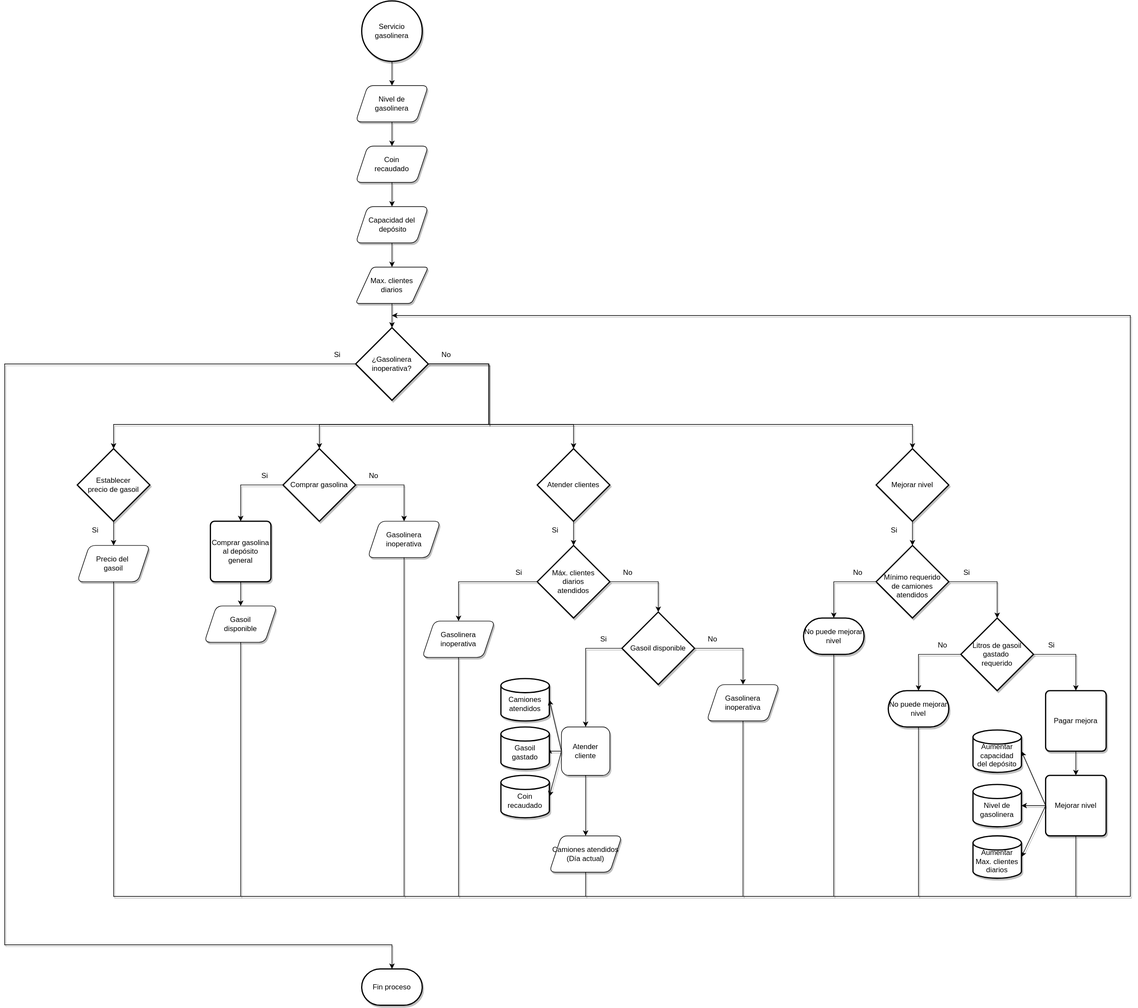
The draw.io diagram Gasolineras.svg in JuanLuisCorrea/Diagramas-de-flujo-para-servicios---WoT, before a commit. Source tidied: cells renumbered, new cells last; positions are measured from the earlier drawing's top-left corner, leaving out a move shared by most shapes.
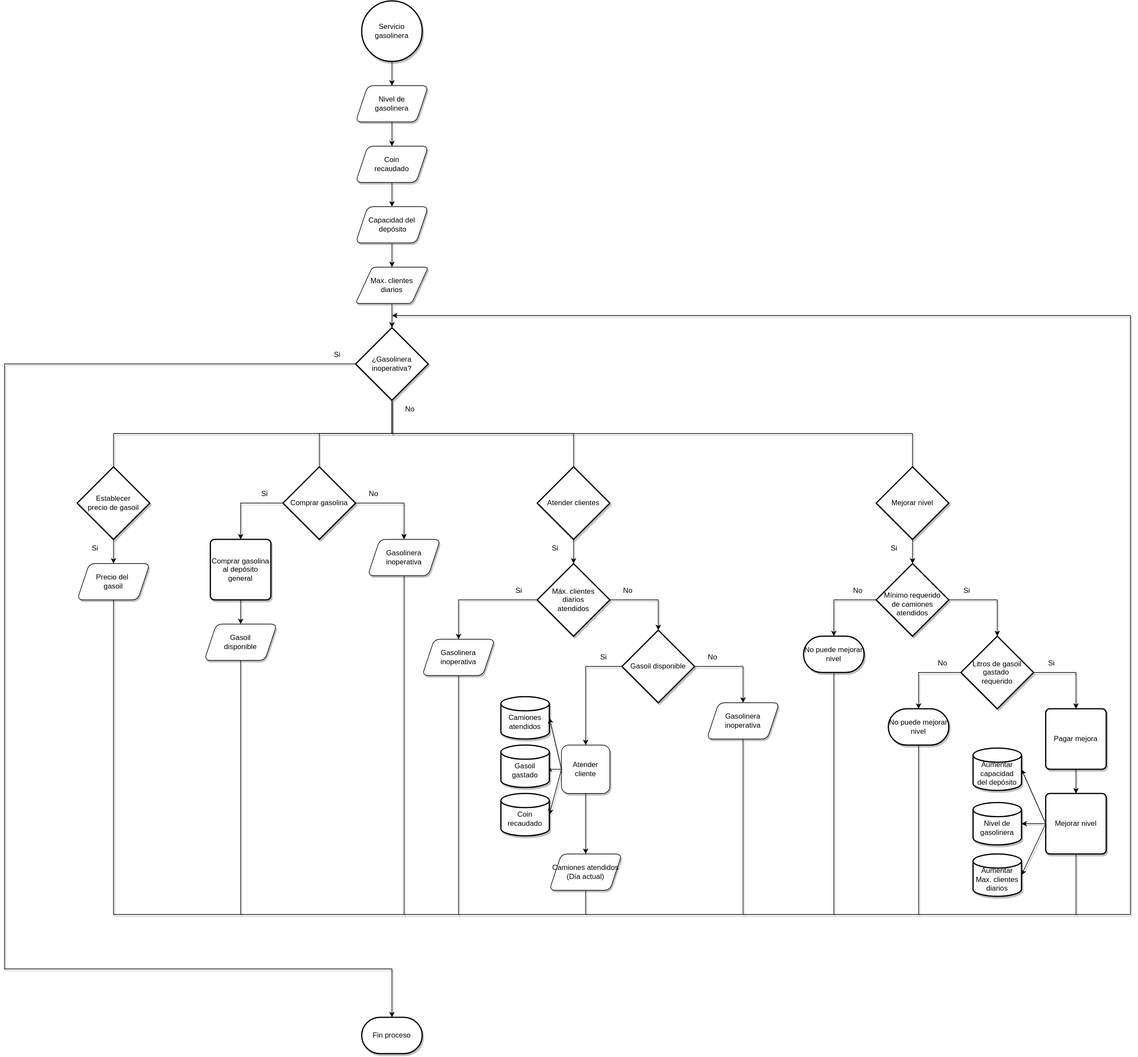
The same file after the commit.

Diff of the diagram source:
```diff
@@ -6,82 +6,58 @@
       <mxGeometry relative="1" as="geometry" />
     </mxCell>
     <mxCell id="3" value="Servicio gasolinera" style="strokeWidth=2;html=1;shape=mxgraph.flowchart.start_2;whiteSpace=wrap;shadow=1;" parent="1" vertex="1">
-      <mxGeometry x="590" width="100" height="100" as="geometry" />
+      <mxGeometry x="590" y="-30" width="100" height="100" as="geometry" />
     </mxCell>
     <mxCell id="4" style="edgeStyle=orthogonalEdgeStyle;rounded=0;jettySize=auto;html=1;shadow=1;" parent="1" edge="1" source="5" target="6">
       <mxGeometry relative="1" as="geometry" />
     </mxCell>
     <mxCell id="5" value="Coin &lt;br&gt;recaudado" style="shape=parallelogram;perimeter=parallelogramPerimeter;whiteSpace=wrap;html=1;fixedSize=1;rounded=1;direction=west;shadow=1;" parent="1" vertex="1">
-      <mxGeometry x="580" y="240" width="120" height="60" as="geometry" />
+      <mxGeometry x="580" y="210" width="120" height="60" as="geometry" />
     </mxCell>
     <mxCell id="6" value="Capacidad del&lt;br&gt;&amp;nbsp;depósito" style="shape=parallelogram;perimeter=parallelogramPerimeter;whiteSpace=wrap;html=1;fixedSize=1;rounded=1;shadow=1;" parent="1" vertex="1">
-      <mxGeometry x="580" y="340" width="120" height="60" as="geometry" />
+      <mxGeometry x="580" y="310" width="120" height="60" as="geometry" />
     </mxCell>
     <mxCell id="7" style="edgeStyle=orthogonalEdgeStyle;rounded=0;orthogonalLoop=1;jettySize=auto;html=1;shadow=1;" parent="1" edge="1">
       <mxGeometry relative="1" as="geometry">
-        <mxPoint x="640" y="400" as="sourcePoint" />
-        <mxPoint x="640" y="440" as="targetPoint" />
+        <mxPoint x="640" y="370" as="sourcePoint" />
+        <mxPoint x="640" y="410" as="targetPoint" />
       </mxGeometry>
     </mxCell>
     <mxCell id="8" style="edgeStyle=orthogonalEdgeStyle;rounded=0;jettySize=auto;html=1;shadow=1;" parent="1" edge="1" source="9" target="5">
       <mxGeometry relative="1" as="geometry" />
     </mxCell>
     <mxCell id="9" value="Nivel de &lt;br&gt;gasolinera" style="shape=parallelogram;perimeter=parallelogramPerimeter;whiteSpace=wrap;html=1;fixedSize=1;rounded=1;shadow=1;" parent="1" vertex="1">
-      <mxGeometry x="580" y="140" width="120" height="60" as="geometry" />
+      <mxGeometry x="580" y="110" width="120" height="60" as="geometry" />
     </mxCell>
     <mxCell id="10" style="edgeStyle=orthogonalEdgeStyle;rounded=0;jettySize=auto;html=1;shadow=1;" parent="1" edge="1" source="11" target="17">
       <mxGeometry relative="1" as="geometry" />
     </mxCell>
     <mxCell id="11" value="Max. clientes&lt;br&gt;diarios" style="shape=parallelogram;html=1;strokeWidth=1;perimeter=parallelogramPerimeter;whiteSpace=wrap;rounded=1;arcSize=12;size=0.23;shadow=1;sketch=0;" parent="1" vertex="1">
-      <mxGeometry x="580" y="440" width="120" height="60" as="geometry" />
+      <mxGeometry x="580" y="410" width="120" height="60" as="geometry" />
     </mxCell>
     <mxCell id="12" style="edgeStyle=orthogonalEdgeStyle;rounded=0;jettySize=auto;html=1;exitX=0;exitY=0.5;exitDx=0;exitDy=0;exitPerimeter=0;entryX=0.5;entryY=0;entryDx=0;entryDy=0;entryPerimeter=0;shadow=1;" parent="1" edge="1" source="17" target="75">
       <mxGeometry relative="1" as="geometry">
         <Array as="points">
-          <mxPoint y="600" />
-          <mxPoint y="1560" />
-          <mxPoint x="640" y="1560" />
+          <mxPoint y="570" />
+          <mxPoint y="1570" />
+          <mxPoint x="640" y="1570" />
         </Array>
       </mxGeometry>
     </mxCell>
-    <mxCell id="13" style="edgeStyle=orthogonalEdgeStyle;rounded=0;jettySize=auto;html=1;exitX=1;exitY=0.5;exitDx=0;exitDy=0;exitPerimeter=0;shadow=1;" parent="1" edge="1" source="17" target="19">
-      <mxGeometry relative="1" as="geometry">
-        <Array as="points">
-          <mxPoint x="800" y="600" />
-          <mxPoint x="800" y="700" />
-          <mxPoint x="180" y="700" />
-        </Array>
-      </mxGeometry>
+    <mxCell id="13" style="edgeStyle=orthogonalEdgeStyle;rounded=0;jettySize=auto;html=1;exitX=0.5;exitY=1;exitDx=0;exitDy=0;exitPerimeter=0;entryX=0.5;entryY=0;entryDx=0;entryDy=0;entryPerimeter=0;shadow=1;endArrow=none;endFill=0;" parent="1" edge="1" source="17" target="19">
+      <mxGeometry relative="1" as="geometry" />
     </mxCell>
-    <mxCell id="14" style="edgeStyle=orthogonalEdgeStyle;rounded=0;jettySize=auto;html=1;exitX=1;exitY=0.5;exitDx=0;exitDy=0;exitPerimeter=0;entryX=0.5;entryY=0;entryDx=0;entryDy=0;entryPerimeter=0;shadow=1;" parent="1" edge="1" source="17" target="22">
-      <mxGeometry relative="1" as="geometry">
-        <Array as="points">
-          <mxPoint x="800" y="600" />
-          <mxPoint x="800" y="700" />
-          <mxPoint x="520" y="700" />
-        </Array>
-      </mxGeometry>
+    <mxCell id="14" style="edgeStyle=orthogonalEdgeStyle;rounded=0;jettySize=auto;html=1;exitX=0.5;exitY=1;exitDx=0;exitDy=0;exitPerimeter=0;entryX=0.5;entryY=0;entryDx=0;entryDy=0;entryPerimeter=0;shadow=1;endArrow=none;endFill=0;" parent="1" edge="1" source="17" target="22">
+      <mxGeometry relative="1" as="geometry" />
     </mxCell>
-    <mxCell id="15" style="edgeStyle=orthogonalEdgeStyle;rounded=0;jettySize=auto;html=1;exitX=1;exitY=0.5;exitDx=0;exitDy=0;exitPerimeter=0;entryX=0.5;entryY=0;entryDx=0;entryDy=0;shadow=1;" parent="1" edge="1" source="17" target="28">
-      <mxGeometry relative="1" as="geometry">
-        <Array as="points">
-          <mxPoint x="800" y="600" />
-          <mxPoint x="800" y="700" />
-          <mxPoint x="940" y="700" />
-        </Array>
-      </mxGeometry>
+    <mxCell id="15" style="edgeStyle=orthogonalEdgeStyle;rounded=0;jettySize=auto;html=1;exitX=0.5;exitY=1;exitDx=0;exitDy=0;exitPerimeter=0;entryX=0.5;entryY=0;entryDx=0;entryDy=0;shadow=1;endArrow=none;endFill=0;" parent="1" edge="1" source="17" target="28">
+      <mxGeometry relative="1" as="geometry" />
     </mxCell>
-    <mxCell id="16" style="edgeStyle=orthogonalEdgeStyle;rounded=0;jettySize=auto;html=1;exitX=1;exitY=0.5;exitDx=0;exitDy=0;exitPerimeter=0;shadow=1;" parent="1" edge="1" source="17" target="50">
-      <mxGeometry relative="1" as="geometry">
-        <Array as="points">
-          <mxPoint x="800" y="600" />
-          <mxPoint x="800" y="700" />
-          <mxPoint x="1500" y="700" />
-        </Array>
-      </mxGeometry>
+    <mxCell id="16" style="edgeStyle=orthogonalEdgeStyle;rounded=0;jettySize=auto;html=1;exitX=0.5;exitY=1;exitDx=0;exitDy=0;exitPerimeter=0;shadow=1;endArrow=none;endFill=0;" parent="1" edge="1" source="17" target="50">
+      <mxGeometry relative="1" as="geometry" />
     </mxCell>
     <mxCell id="17" value="¿Gasolinera inoperativa?" style="strokeWidth=2;html=1;shape=mxgraph.flowchart.decision;whiteSpace=wrap;shadow=1;" parent="1" vertex="1">
-      <mxGeometry x="580" y="540" width="120" height="120" as="geometry" />
+      <mxGeometry x="580" y="510" width="120" height="120" as="geometry" />
     </mxCell>
     <mxCell id="18" style="edgeStyle=orthogonalEdgeStyle;rounded=0;jettySize=auto;html=1;shadow=1;" parent="1" edge="1" source="19">
       <mxGeometry relative="1" as="geometry">
@@ -267,18 +243,18 @@
       <mxGeometry relative="1" as="geometry" />
     </mxCell>
     <mxCell id="75" value="Fin proceso" style="strokeWidth=2;html=1;shape=mxgraph.flowchart.terminator;whiteSpace=wrap;rounded=1;shadow=1;sketch=0;" parent="1" vertex="1">
-      <mxGeometry x="590" y="1600" width="100" height="60" as="geometry" />
+      <mxGeometry x="590" y="1650" width="100" height="60" as="geometry" />
     </mxCell>
     <mxCell id="76" value="Gasoil &lt;br&gt;disponible" style="shape=parallelogram;perimeter=parallelogramPerimeter;whiteSpace=wrap;html=1;fixedSize=1;rounded=1;sketch=0;shadow=1;" parent="1" vertex="1">
       <mxGeometry x="330" y="1000" width="120" height="60" as="geometry" />
     </mxCell>
     <mxCell id="77" style="edgeStyle=orthogonalEdgeStyle;rounded=0;jettySize=auto;html=1;exitX=0.5;exitY=1;exitDx=0;exitDy=0;shadow=1;" parent="1" edge="1" source="78">
       <mxGeometry relative="1" as="geometry">
-        <mxPoint x="640" y="520" as="targetPoint" />
+        <mxPoint x="640" y="490" as="targetPoint" />
         <Array as="points">
           <mxPoint x="180" y="1480" />
           <mxPoint x="1860" y="1480" />
-          <mxPoint x="1860" y="520" />
+          <mxPoint x="1860" y="490" />
         </Array>
       </mxGeometry>
     </mxCell>
@@ -316,11 +292,8 @@
       <mxGeometry x="690" y="1025" width="120" height="60" as="geometry" />
     </mxCell>
     <mxCell id="87" value="Si" style="text;html=1;strokeColor=none;fillColor=none;align=center;verticalAlign=middle;whiteSpace=wrap;rounded=0;shadow=1;" parent="1" vertex="1">
-      <mxGeometry x="520" y="570" width="60" height="30" as="geometry" />
+      <mxGeometry x="520" y="540" width="60" height="30" as="geometry" />
     </mxCell>
-    <mxCell id="88" value="No" style="text;html=1;strokeColor=none;fillColor=none;align=center;verticalAlign=middle;whiteSpace=wrap;rounded=0;shadow=1;" parent="1" vertex="1">
-      <mxGeometry x="700" y="570" width="60" height="30" as="geometry" />
-    </mxCell>
     <mxCell id="89" style="endArrow=none;html=1;rounded=0;shadow=1;exitX=0.5;exitY=1;exitDx=0;exitDy=0;" parent="1" edge="1" source="76">
       <mxGeometry relative="1" as="geometry">
         <mxPoint x="390" y="1480" as="targetPoint" />
@@ -331,5 +304,8 @@
         <mxPoint x="660" y="1480" as="targetPoint" />
       </mxGeometry>
     </mxCell>
+    <mxCell id="88" value="No" style="text;html=1;strokeColor=none;fillColor=none;align=center;verticalAlign=middle;whiteSpace=wrap;rounded=0;shadow=1;" parent="1" vertex="1">
+      <mxGeometry x="640" y="630" width="60" height="30" as="geometry" />
+    </mxCell>
   </root>
 </mxGraphModel>
```
